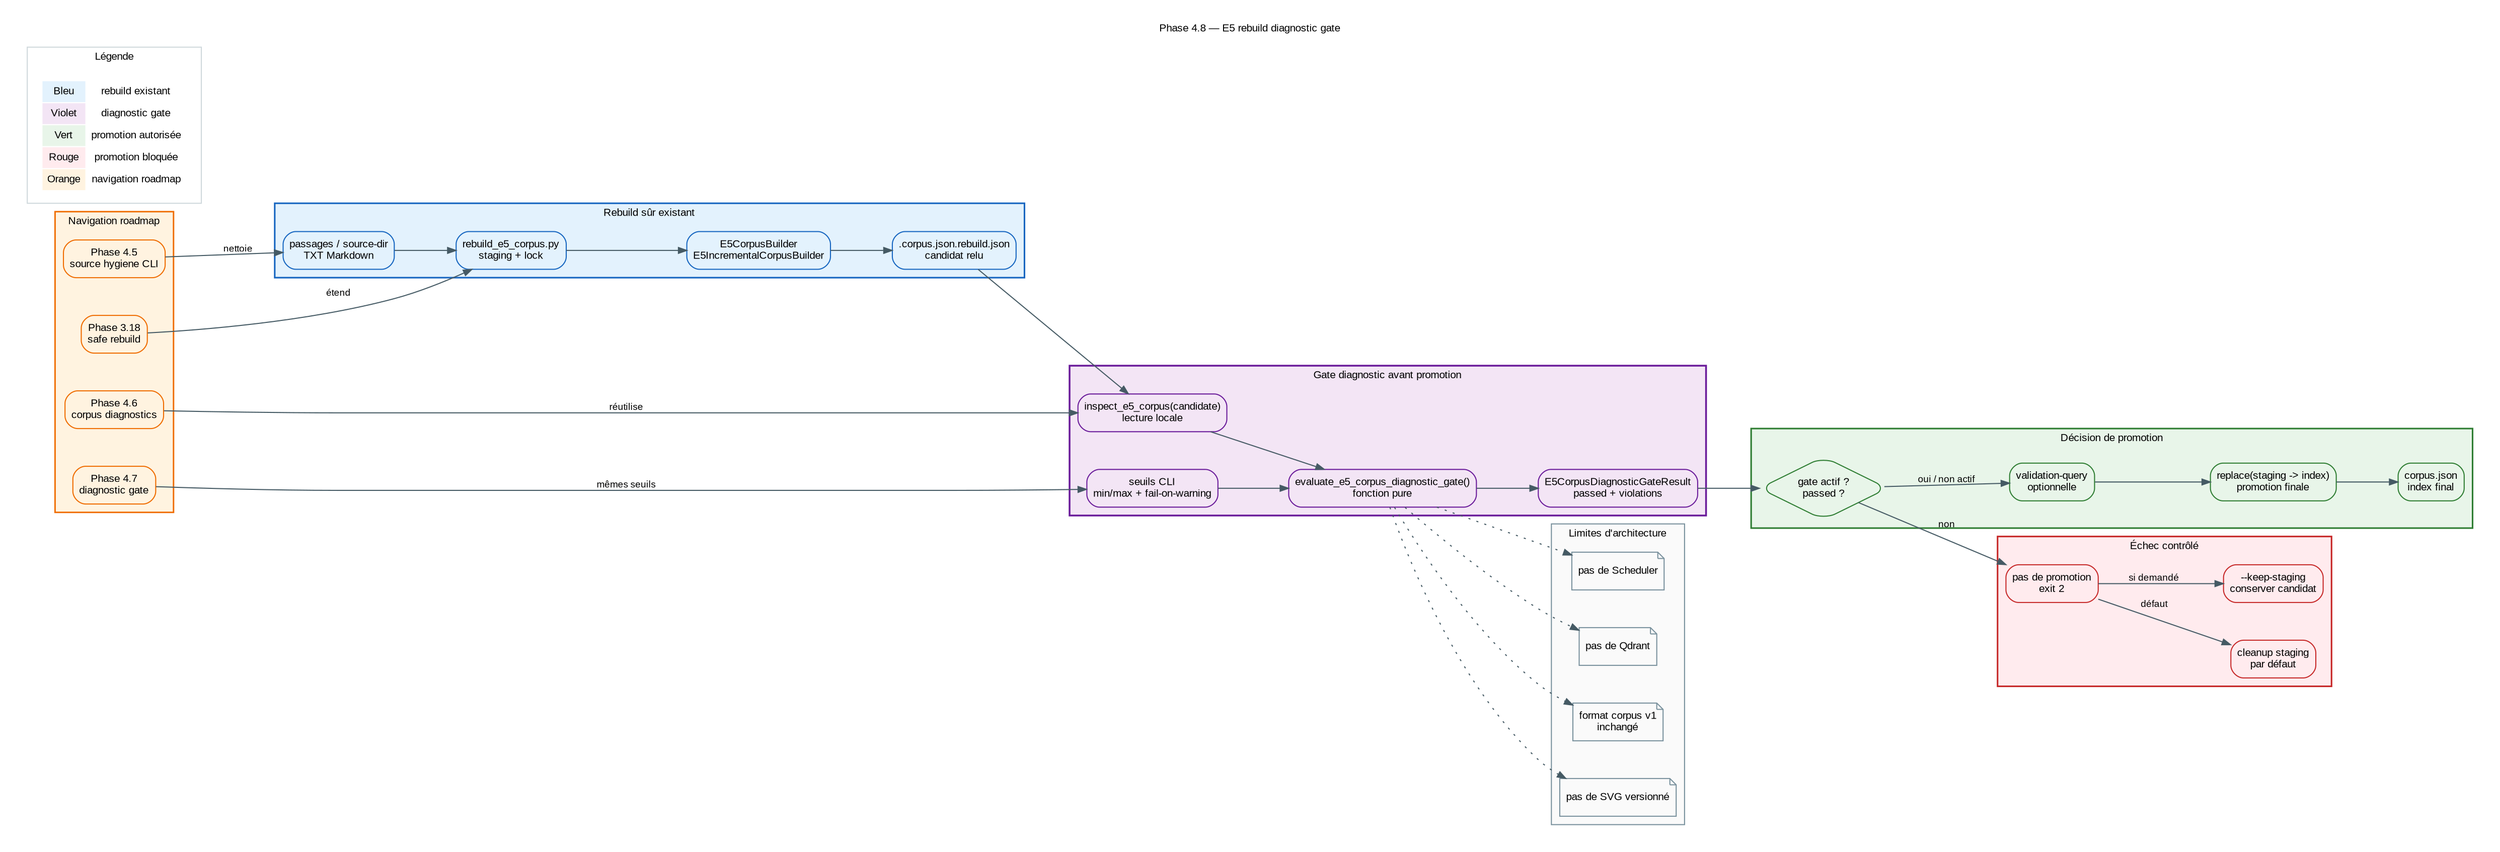
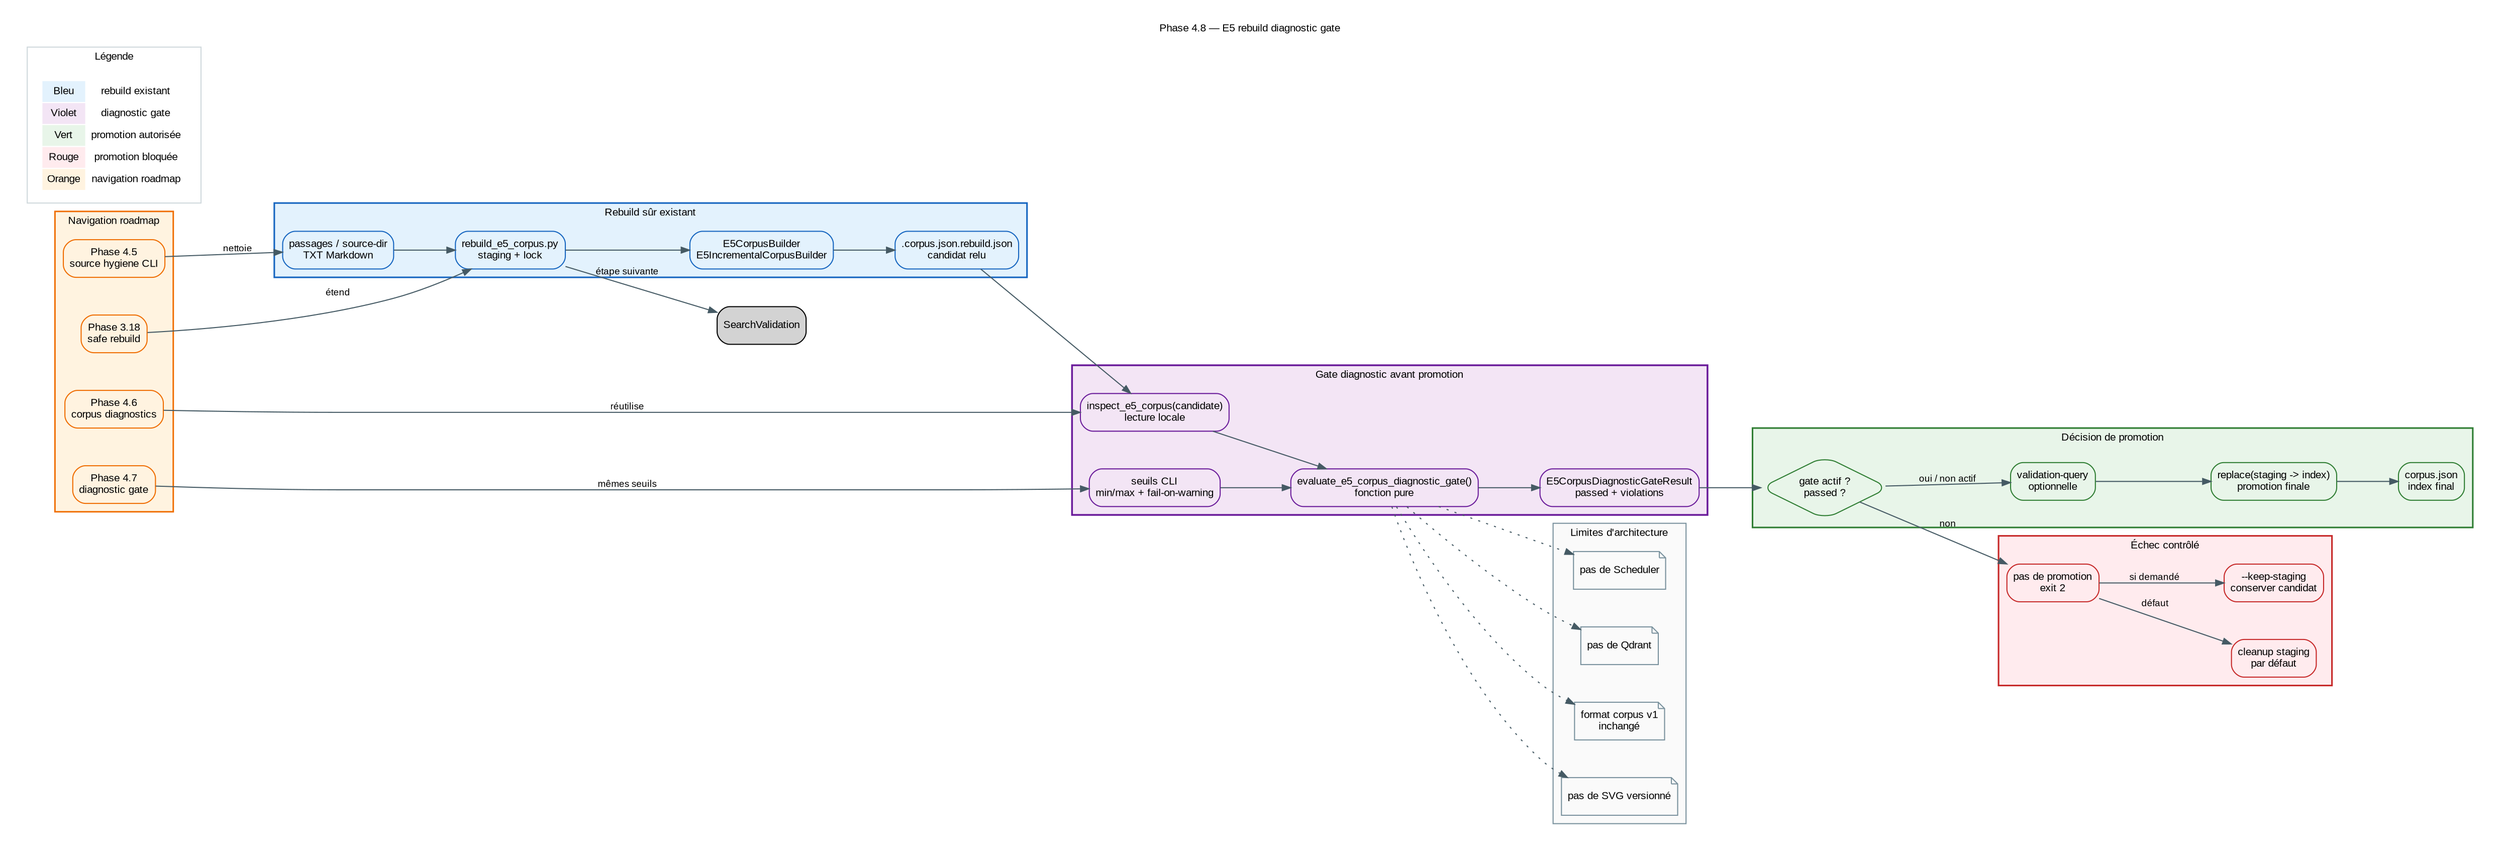
digraph E5RebuildDiagnosticGate {
  // ROADMAP_ID: inference.e5_rebuild_diagnostic_gate
  // ROADMAP_PARENT: inference/56_e5_safe_rebuild.dot
  // ROADMAP_NOTE[phase4_8]:
  // Applique le diagnostic gate sur le candidat staging avant promotion finale.

  rankdir=LR;
  graph [
    fontname="Arial",
    fontsize=10,
    labelloc="t",
    label="Phase 4.8 — E5 rebuild diagnostic gate",
    bgcolor="white",
    pad=0.25,
    nodesep=0.5,
    ranksep=0.8
  ];
  node [shape=box, style="filled,rounded", fontname="Arial", fontsize=10, margin="0.09,0.06"];
  edge [fontname="Arial", fontsize=9, color="#455a64", arrowsize=0.8];

  subgraph cluster_build {
    label="Rebuild sûr existant";
    color="#1565c0";
    bgcolor="#e3f2fd";
    penwidth=1.5;
    node [fillcolor="#e3f2fd", color="#1565c0"];
    Inputs [label="passages / source-dir\nTXT Markdown", URL="51_e5_sources.svg"];
    RebuildCli [label="rebuild_e5_corpus.py\nstaging + lock", URL="56_e5_safe_rebuild.svg"];
    Builder [label="E5CorpusBuilder\nE5IncrementalCorpusBuilder", URL="50_e5_corpus.svg"];
    Staging [label=".corpus.json.rebuild.json\ncandidat relu"];
  }

  subgraph cluster_gate {
    label="Gate diagnostic avant promotion";
    color="#6a1b9a";
    bgcolor="#f3e5f5";
    penwidth=1.7;
    node [fillcolor="#f3e5f5", color="#6a1b9a"];
    Inspect [label="inspect_e5_corpus(candidate)\nlecture locale", URL="60_e5_corpus_diagnostics.svg"];
    Config [label="seuils CLI\nmin/max + fail-on-warning", URL="61_e5_corpus_diagnostic_gate.svg"];
    Evaluate [label="evaluate_e5_corpus_diagnostic_gate()\nfonction pure"];
    Gate [label="E5CorpusDiagnosticGateResult\npassed + violations"];
  }

  subgraph cluster_decision {
    label="Décision de promotion";
    color="#2e7d32";
    bgcolor="#e8f5e9";
    penwidth=1.5;
    node [fillcolor="#e8f5e9", color="#2e7d32"];
    Passed [shape=diamond, label="gate actif ?\npassed ?"];
    Validation [label="validation-query\noptionnelle"];
    Promote [label="replace(staging -> index)\npromotion finale"];
    Final [label="corpus.json\nindex final"];
  }

  subgraph cluster_failure {
    label="Échec contrôlé";
    color="#c62828";
    bgcolor="#ffebee";
    penwidth=1.5;
    node [fillcolor="#ffebee", color="#c62828"];
    Block [label="pas de promotion\nexit 2"];
    Cleanup [label="cleanup staging\npar défaut"];
    Keep [label="--keep-staging\nconserver candidat"];
  }

  subgraph cluster_scope {
    label="Limites d'architecture";
    color="#78909c";
    bgcolor="#fafafa";
    penwidth=1.0;
    node [shape=note, style="filled", fillcolor="#fafafa", color="#78909c"];
    NoScheduler [label="pas de Scheduler"];
    NoQdrant [label="pas de Qdrant"];
    NoFormatChange [label="format corpus v1\ninchangé"];
    NoSvg [label="pas de SVG versionné"];
  }

  subgraph cluster_navigation {
    label="Navigation roadmap";
    color="#ef6c00";
    bgcolor="#fff3e0";
    penwidth=1.4;
    node [fillcolor="#fff3e0", color="#ef6c00"];
    SafeRebuild [label="Phase 3.18\nsafe rebuild", URL="56_e5_safe_rebuild.svg"];
    Diagnostics [label="Phase 4.6\ncorpus diagnostics", URL="60_e5_corpus_diagnostics.svg"];
    DiagnosticGate [label="Phase 4.7\ndiagnostic gate", URL="61_e5_corpus_diagnostic_gate.svg"];
    HygieneCli [label="Phase 4.5\nsource hygiene CLI", URL="59_e5_source_hygiene_cli.svg"];
  }

  Inputs -> RebuildCli;
  RebuildCli -> Builder;
  Builder -> Staging;
  Staging -> Inspect;
  Config -> Evaluate;
  Inspect -> Evaluate;
  Evaluate -> Gate;
  Gate -> Passed;
  Passed -> Validation [label="oui / non actif"];
  Validation -> Promote;
  Promote -> Final;
  Passed -> Block [label="non"];
  Block -> Cleanup [label="défaut"];
  Block -> Keep [label="si demandé"];

  Evaluate -> NoScheduler [style=dotted];
  Evaluate -> NoQdrant [style=dotted];
  Evaluate -> NoFormatChange [style=dotted];
  Evaluate -> NoSvg [style=dotted];

  SafeRebuild -> RebuildCli [label="étend"];
  HygieneCli -> Inputs [label="nettoie"];
  Diagnostics -> Inspect [label="réutilise"];
  DiagnosticGate -> Config [label="mêmes seuils"];
+   RebuildCli -> SearchValidation [label="étape suivante"];

  subgraph cluster_legend {
    label="Légende";
    color="#cfd8dc";
    bgcolor="#ffffff";
    penwidth=1.0;
    node [shape=plaintext, fillcolor="#ffffff", color="#ffffff"];
    Legend [label=<
      <TABLE BORDER="0" CELLBORDER="1" CELLSPACING="0" CELLPADDING="4">
        <TR><TD BGCOLOR="#e3f2fd">Bleu</TD><TD>rebuild existant</TD></TR>
        <TR><TD BGCOLOR="#f3e5f5">Violet</TD><TD>diagnostic gate</TD></TR>
        <TR><TD BGCOLOR="#e8f5e9">Vert</TD><TD>promotion autorisée</TD></TR>
        <TR><TD BGCOLOR="#ffebee">Rouge</TD><TD>promotion bloquée</TD></TR>
        <TR><TD BGCOLOR="#fff3e0">Orange</TD><TD>navigation roadmap</TD></TR>
      </TABLE>
    >];
  }

  // HTML_DETAIL[phase4_8]:
  // title: Rebuild diagnostic gate
  // summary: Le candidat staging est diagnostiqué avant validation-query et avant promotion finale.
  // technical: Le gate réutilise E5CorpusDiagnosticGateConfig et evaluate_e5_corpus_diagnostic_gate() sans changer le format corpus v1.
  // ui_hint: Afficher le point de blocage entre staging et promotion avec les violations détaillées.
}
